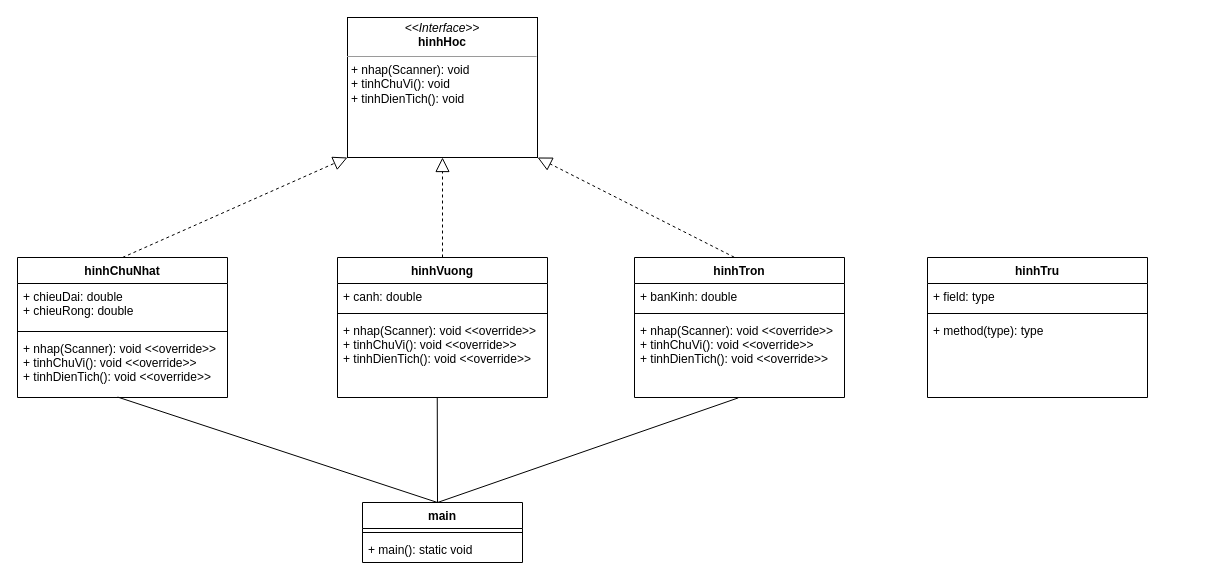
Before: page "hinhHoc" (2 of 2) of src/main/java/ClassDiagram.drawio in Kurosagi19/D02K13, a draw.io diagram. Source tidied: cells renumbered, new cells numbered last; positions are measured from the earlier drawing's top-left corner, leaving out a move shared by most shapes. Both pictures are drawn from the tidied source at 100%, with x=0, y=0 at pixel (17, 17).
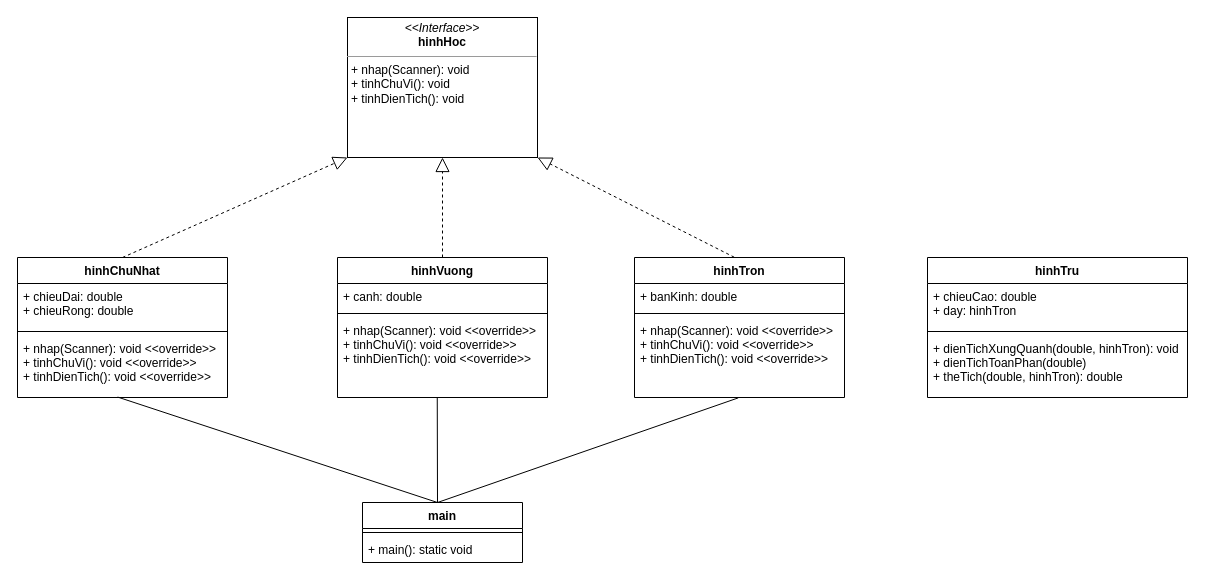
The same diagram, later.

Commit message:
Cập nhật ClassDiagram.drawio

Diff of the diagram source:
```diff
@@
     <mxCell id="24" value="hinhTru" style="swimlane;fontStyle=1;align=center;verticalAlign=top;horizontal=1;startSize=26;" parent="1" vertex="1">
-      <mxGeometry x="910" y="240" width="220" height="140" as="geometry" />
+      <mxGeometry x="910" y="240" width="260" height="140" as="geometry" />
     </mxCell>
-    <mxCell id="25" value="+ field: type" style="text;strokeColor=none;fillColor=none;align=left;verticalAlign=top;spacingLeft=4;spacingRight=4;overflow=hidden;" parent="24" vertex="1">
-      <mxGeometry y="26" width="220" height="26" as="geometry" />
+    <mxCell id="25" value="+ chieuCao: double&#10;+ day: hinhTron" style="text;strokeColor=none;fillColor=none;align=left;verticalAlign=top;spacingLeft=4;spacingRight=4;overflow=hidden;" parent="24" vertex="1">
+      <mxGeometry y="26" width="260" height="44" as="geometry" />
     </mxCell>
     <mxCell id="26" style="line;strokeWidth=1;fillColor=none;align=left;verticalAlign=middle;spacingTop=-1;spacingLeft=3;spacingRight=3;labelPosition=right;" parent="24" vertex="1">
-      <mxGeometry y="52" width="220" height="8" as="geometry" />
+      <mxGeometry y="70" width="260" height="8" as="geometry" />
     </mxCell>
-    <mxCell id="27" value="+ method(type): type" style="text;strokeColor=none;fillColor=none;align=left;verticalAlign=top;spacingLeft=4;spacingRight=4;overflow=hidden;" parent="24" vertex="1">
-      <mxGeometry y="60" width="220" height="80" as="geometry" />
+    <mxCell id="27" value="+ dienTichXungQuanh(double, hinhTron): void&#10;+ dienTichToanPhan(double)&#10;+ theTich(double, hinhTron): double" style="text;strokeColor=none;fillColor=none;align=left;verticalAlign=top;spacingLeft=4;spacingRight=4;overflow=hidden;" parent="24" vertex="1">
+      <mxGeometry y="78" width="260" height="62" as="geometry" />
     </mxCell>
```
